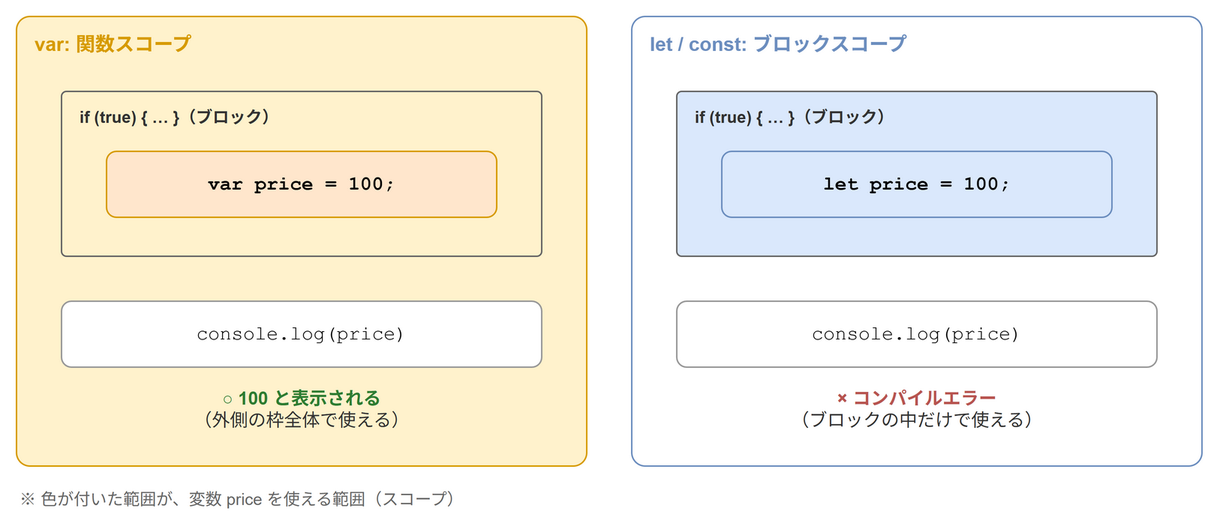
Before: images/articles/typescript-ver-let-const/var-let-scope.drawio.png, a diagram exported from draw.io (aew2sbee/zenn). Source tidied: cells renumbered, new cells last; positions are measured from the earlier drawing's top-left corner, leaving out a move shared by most shapes. The source it was exported from:
```xml
<mxGraphModel>
  <root>
    <mxCell id="0" />
    <mxCell id="1" parent="0" />
    <mxCell id="2" value="var: 関数スコープ" style="rounded=1;whiteSpace=wrap;html=1;fillColor=#fff2cc;strokeColor=#d79b00;verticalAlign=top;align=left;spacingLeft=10;spacingTop=4;spacingBottom=4;fontStyle=1;fontSize=13;fontColor=#d79b00;arcSize=3;" parent="1" vertex="1">
      <mxGeometry width="380" height="300" as="geometry" />
    </mxCell>
    <mxCell id="3" value="if (true) { … }（ブロック）" style="rounded=1;whiteSpace=wrap;html=1;fillColor=#fff2cc;strokeColor=#666666;verticalAlign=top;align=left;spacingLeft=10;spacingTop=4;spacingBottom=4;fontStyle=1;fontSize=11;fontColor=#333333;arcSize=3;" parent="1" vertex="1">
      <mxGeometry x="30" y="50" width="320" height="110" as="geometry" />
    </mxCell>
    <mxCell id="4" style="rounded=1;whiteSpace=wrap;html=1;fontSize=13;fillColor=none;strokeColor=none;" parent="1" vertex="1">
      <mxGeometry x="60" y="90" width="260" height="44" as="geometry" />
    </mxCell>
    <mxCell id="5" value="console.log(price)" style="rounded=1;whiteSpace=wrap;html=1;fontSize=13;fillColor=#ffffff;strokeColor=#999999;fontFamily=Courier New;" parent="1" vertex="1">
      <mxGeometry x="30" y="190" width="320" height="44" as="geometry" />
    </mxCell>
    <mxCell id="6" value="&lt;font color=&quot;#2e7d32&quot;&gt;&lt;b&gt;○ 100 と表示される&lt;/b&gt;&lt;/font&gt;&lt;br&gt;（外側の枠全体で使える）" style="text;html=1;whiteSpace=wrap;align=center;verticalAlign=middle;fontSize=12;fontColor=#333333;" parent="1" vertex="1">
      <mxGeometry x="30" y="242" width="320" height="40" as="geometry" />
    </mxCell>
    <mxCell id="7" value="var price = 100;" style="rounded=1;whiteSpace=wrap;html=1;fontSize=13;fillColor=#ffe6cc;strokeColor=#d79b00;fontStyle=1;fontFamily=Courier New;" parent="1" vertex="1">
      <mxGeometry x="60" y="90" width="260" height="44" as="geometry" />
    </mxCell>
    <mxCell id="8" value="let / const: ブロックスコープ" style="rounded=1;whiteSpace=wrap;html=1;fillColor=#ffffff;strokeColor=#6c8ebf;verticalAlign=top;align=left;spacingLeft=10;spacingTop=4;spacingBottom=4;fontStyle=1;fontSize=13;fontColor=#6c8ebf;arcSize=3;" parent="1" vertex="1">
      <mxGeometry x="410" width="380" height="300" as="geometry" />
    </mxCell>
    <mxCell id="9" value="if (true) { … }（ブロック）" style="rounded=1;whiteSpace=wrap;html=1;fillColor=#dae8fc;strokeColor=#666666;verticalAlign=top;align=left;spacingLeft=10;spacingTop=4;spacingBottom=4;fontStyle=1;fontSize=11;fontColor=#333333;arcSize=3;" parent="1" vertex="1">
      <mxGeometry x="440" y="50" width="320" height="110" as="geometry" />
    </mxCell>
    <mxCell id="10" style="rounded=1;whiteSpace=wrap;html=1;fontSize=13;fillColor=none;strokeColor=none;" parent="1" vertex="1">
      <mxGeometry x="470" y="90" width="260" height="44" as="geometry" />
    </mxCell>
    <mxCell id="11" value="console.log(price)" style="rounded=1;whiteSpace=wrap;html=1;fontSize=13;fillColor=#ffffff;strokeColor=#999999;fontFamily=Courier New;" parent="1" vertex="1">
      <mxGeometry x="440" y="190" width="320" height="44" as="geometry" />
    </mxCell>
    <mxCell id="12" value="&lt;font color=&quot;#b85450&quot;&gt;&lt;b&gt;× コンパイルエラー&lt;/b&gt;&lt;/font&gt;&lt;br&gt;（ブロックの中だけで使える）" style="text;html=1;whiteSpace=wrap;align=center;verticalAlign=middle;fontSize=12;fontColor=#333333;" parent="1" vertex="1">
      <mxGeometry x="440" y="242" width="320" height="40" as="geometry" />
    </mxCell>
    <mxCell id="13" value="let price = 100;" style="rounded=1;whiteSpace=wrap;html=1;fontSize=13;fillColor=#dae8fc;strokeColor=#6c8ebf;fontStyle=1;fontFamily=Courier New;" parent="1" vertex="1">
      <mxGeometry x="470" y="90" width="260" height="44" as="geometry" />
    </mxCell>
    <mxCell id="14" value="※ 色が付いた範囲が、変数 price を使える範囲（スコープ）" style="text;html=1;whiteSpace=wrap;align=left;verticalAlign=middle;fontSize=11;fontColor=#666666;" parent="1" vertex="1">
      <mxGeometry y="310" width="800" height="24" as="geometry" />
    </mxCell>
  </root>
</mxGraphModel>
```
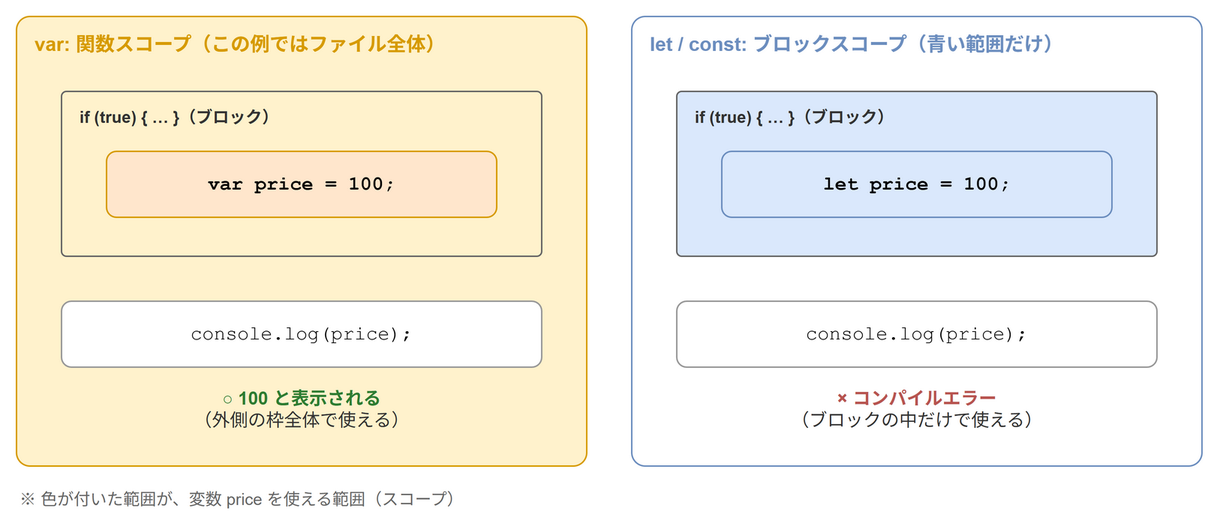
The same file after the commit.

Commit message:
docs: 図と導入文をレビュー指摘に合わせて修正

Diff of the diagram source:
```diff
@@ -2,7 +2,7 @@
   <root>
     <mxCell id="0" />
     <mxCell id="1" parent="0" />
-    <mxCell id="2" value="var: 関数スコープ" style="rounded=1;whiteSpace=wrap;html=1;fillColor=#fff2cc;strokeColor=#d79b00;verticalAlign=top;align=left;spacingLeft=10;spacingTop=4;spacingBottom=4;fontStyle=1;fontSize=13;fontColor=#d79b00;arcSize=3;" parent="1" vertex="1">
+    <mxCell id="2" value="var: 関数スコープ（この例ではファイル全体）" style="rounded=1;whiteSpace=wrap;html=1;fillColor=#fff2cc;strokeColor=#d79b00;verticalAlign=top;align=left;spacingLeft=10;spacingTop=4;spacingBottom=4;fontStyle=1;fontSize=13;fontColor=#d79b00;arcSize=3;" parent="1" vertex="1">
       <mxGeometry width="380" height="300" as="geometry" />
     </mxCell>
     <mxCell id="3" value="if (true) { … }（ブロック）" style="rounded=1;whiteSpace=wrap;html=1;fillColor=#fff2cc;strokeColor=#666666;verticalAlign=top;align=left;spacingLeft=10;spacingTop=4;spacingBottom=4;fontStyle=1;fontSize=11;fontColor=#333333;arcSize=3;" parent="1" vertex="1">
@@ -11,7 +11,7 @@
     <mxCell id="4" style="rounded=1;whiteSpace=wrap;html=1;fontSize=13;fillColor=none;strokeColor=none;" parent="1" vertex="1">
       <mxGeometry x="60" y="90" width="260" height="44" as="geometry" />
     </mxCell>
-    <mxCell id="5" value="console.log(price)" style="rounded=1;whiteSpace=wrap;html=1;fontSize=13;fillColor=#ffffff;strokeColor=#999999;fontFamily=Courier New;" parent="1" vertex="1">
+    <mxCell id="5" value="console.log(price);" style="rounded=1;whiteSpace=wrap;html=1;fontSize=13;fillColor=#ffffff;strokeColor=#999999;fontFamily=Courier New;" parent="1" vertex="1">
       <mxGeometry x="30" y="190" width="320" height="44" as="geometry" />
     </mxCell>
     <mxCell id="6" value="&lt;font color=&quot;#2e7d32&quot;&gt;&lt;b&gt;○ 100 と表示される&lt;/b&gt;&lt;/font&gt;&lt;br&gt;（外側の枠全体で使える）" style="text;html=1;whiteSpace=wrap;align=center;verticalAlign=middle;fontSize=12;fontColor=#333333;" parent="1" vertex="1">
@@ -20,7 +20,7 @@
     <mxCell id="7" value="var price = 100;" style="rounded=1;whiteSpace=wrap;html=1;fontSize=13;fillColor=#ffe6cc;strokeColor=#d79b00;fontStyle=1;fontFamily=Courier New;" parent="1" vertex="1">
       <mxGeometry x="60" y="90" width="260" height="44" as="geometry" />
     </mxCell>
-    <mxCell id="8" value="let / const: ブロックスコープ" style="rounded=1;whiteSpace=wrap;html=1;fillColor=#ffffff;strokeColor=#6c8ebf;verticalAlign=top;align=left;spacingLeft=10;spacingTop=4;spacingBottom=4;fontStyle=1;fontSize=13;fontColor=#6c8ebf;arcSize=3;" parent="1" vertex="1">
+    <mxCell id="8" value="let / const: ブロックスコープ（青い範囲だけ）" style="rounded=1;whiteSpace=wrap;html=1;fillColor=#ffffff;strokeColor=#6c8ebf;verticalAlign=top;align=left;spacingLeft=10;spacingTop=4;spacingBottom=4;fontStyle=1;fontSize=13;fontColor=#6c8ebf;arcSize=3;" parent="1" vertex="1">
       <mxGeometry x="410" width="380" height="300" as="geometry" />
     </mxCell>
     <mxCell id="9" value="if (true) { … }（ブロック）" style="rounded=1;whiteSpace=wrap;html=1;fillColor=#dae8fc;strokeColor=#666666;verticalAlign=top;align=left;spacingLeft=10;spacingTop=4;spacingBottom=4;fontStyle=1;fontSize=11;fontColor=#333333;arcSize=3;" parent="1" vertex="1">
@@ -29,7 +29,7 @@
     <mxCell id="10" style="rounded=1;whiteSpace=wrap;html=1;fontSize=13;fillColor=none;strokeColor=none;" parent="1" vertex="1">
       <mxGeometry x="470" y="90" width="260" height="44" as="geometry" />
     </mxCell>
-    <mxCell id="11" value="console.log(price)" style="rounded=1;whiteSpace=wrap;html=1;fontSize=13;fillColor=#ffffff;strokeColor=#999999;fontFamily=Courier New;" parent="1" vertex="1">
+    <mxCell id="11" value="console.log(price);" style="rounded=1;whiteSpace=wrap;html=1;fontSize=13;fillColor=#ffffff;strokeColor=#999999;fontFamily=Courier New;" parent="1" vertex="1">
       <mxGeometry x="440" y="190" width="320" height="44" as="geometry" />
     </mxCell>
     <mxCell id="12" value="&lt;font color=&quot;#b85450&quot;&gt;&lt;b&gt;× コンパイルエラー&lt;/b&gt;&lt;/font&gt;&lt;br&gt;（ブロックの中だけで使える）" style="text;html=1;whiteSpace=wrap;align=center;verticalAlign=middle;fontSize=12;fontColor=#333333;" parent="1" vertex="1">
```
